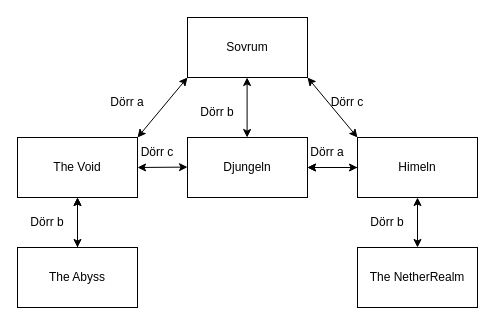
Above: Namnlöst diagram.drawio in Te22a-Skoog-Samuel/Labyrint (draw.io), before the change. Source tidied: cells renumbered, new cells numbered last; positions are measured from the earlier drawing's top-left corner, leaving out a move shared by most shapes. Both pictures are drawn from the tidied source at 100%, with x=0, y=0 at pixel (17, 17).
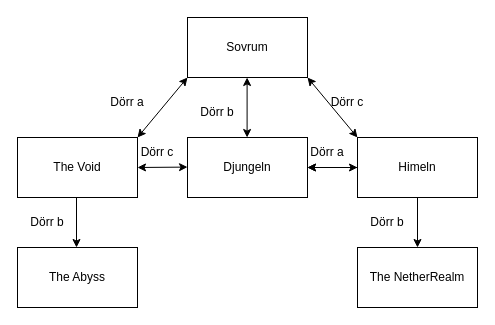
The same diagram, later.

The change refers to these unchanged cells:
```xml
<mxCell id="6" value="The Void" style="rounded=0;whiteSpace=wrap;html=1;" parent="1" vertex="1">
  <mxGeometry y="120" width="120" height="60" as="geometry" />
</mxCell>
<mxCell id="9" value="Himeln" style="rounded=0;whiteSpace=wrap;html=1;" parent="1" vertex="1">
  <mxGeometry x="340" y="120" width="120" height="60" as="geometry" />
</mxCell>
<mxCell id="11" value="The Abyss" style="rounded=0;whiteSpace=wrap;html=1;" parent="1" vertex="1">
  <mxGeometry y="230" width="120" height="60" as="geometry" />
</mxCell>
<mxCell id="13" value="The NetherRealm" style="rounded=0;whiteSpace=wrap;html=1;" parent="1" vertex="1">
  <mxGeometry x="340" y="230" width="120" height="60" as="geometry" />
</mxCell>
```

Change to the diagram source:
```diff
@@
+    <mxCell id="24" style="edgeStyle=orthogonalEdgeStyle;rounded=0;jettySize=auto;html=1;" parent="1" edge="1" source="9" target="13">
+      <mxGeometry relative="1" as="geometry" />
+    </mxCell>
@@
-    <mxCell id="10" style="edgeStyle=orthogonalEdgeStyle;rounded=0;jettySize=auto;html=1;" parent="1" edge="1" source="11" target="6">
-      <mxGeometry relative="1" as="geometry" />
-    </mxCell>
@@
-    <mxCell id="12" style="endArrow=classic;startArrow=classic;html=1;rounded=0;exitX=0.5;exitY=0;exitDx=0;exitDy=0;entryX=0.5;entryY=1;entryDx=0;entryDy=0;" parent="1" edge="1" source="13" target="9">
-      <mxGeometry relative="1" as="geometry" />
-    </mxCell>
@@
-    <mxCell id="14" style="endArrow=classic;startArrow=classic;html=1;rounded=0;entryX=0.5;entryY=1;entryDx=0;entryDy=0;exitX=0.5;exitY=0;exitDx=0;exitDy=0;" parent="1" edge="1" source="11" target="6">
-      <mxGeometry relative="1" as="geometry" />
-    </mxCell>
@@
+    <mxCell id="25" style="endArrow=classic;html=1;rounded=0;" parent="1" edge="1">
+      <mxGeometry relative="1" as="geometry">
+        <mxPoint x="59" y="180" as="sourcePoint" />
+        <mxPoint x="59" y="230" as="targetPoint" />
+      </mxGeometry>
+    </mxCell>
```
